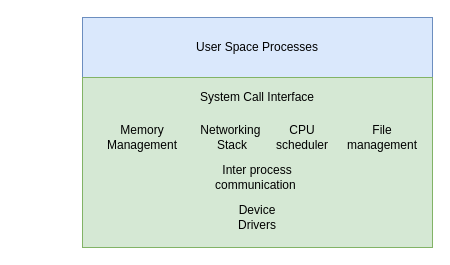
Earlier version of the draw.io diagram monolithic-structure.drawio (estraining/diagram-store). Source tidied: cells renumbered, new cells numbered last; positions are measured from the earlier drawing's top-left corner, leaving out a move shared by most shapes. Both pictures are drawn from the tidied source at 100%, with x=0, y=0 at pixel (82, 17).
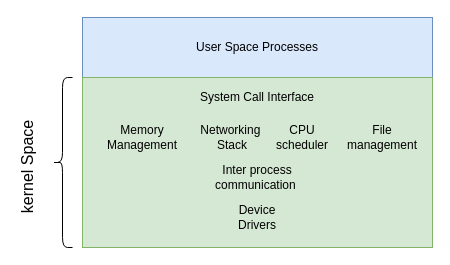
Above is the later version.

Change to the diagram source:
```diff
@@
 <mxGraphModel>
   <root>
     <mxCell id="0" />
     <mxCell id="1" parent="0" />
     <mxCell id="2" value="User Space Processes" style="rounded=0;whiteSpace=wrap;html=1;fillColor=#dae8fc;strokeColor=#6c8ebf;" parent="1" vertex="1">
       <mxGeometry width="350" height="60" as="geometry" />
     </mxCell>
     <mxCell id="3" style="rounded=0;whiteSpace=wrap;html=1;fillColor=#d5e8d4;strokeColor=#82b366;" parent="1" vertex="1">
       <mxGeometry y="60" width="350" height="170" as="geometry" />
     </mxCell>
     <mxCell id="4" value="Memory Management" style="text;html=1;strokeColor=none;fillColor=none;align=center;verticalAlign=middle;whiteSpace=wrap;rounded=0;" parent="1" vertex="1">
       <mxGeometry x="40" y="110" width="40" height="20" as="geometry" />
     </mxCell>
     <mxCell id="5" value="Device Drivers" style="text;html=1;strokeColor=none;fillColor=none;align=center;verticalAlign=middle;whiteSpace=wrap;rounded=0;" parent="1" vertex="1">
       <mxGeometry x="155" y="190" width="40" height="20" as="geometry" />
     </mxCell>
     <mxCell id="6" value="CPU scheduler&lt;br&gt;" style="text;html=1;strokeColor=none;fillColor=none;align=center;verticalAlign=middle;whiteSpace=wrap;rounded=0;" parent="1" vertex="1">
       <mxGeometry x="200" y="110" width="40" height="20" as="geometry" />
     </mxCell>
     <mxCell id="7" value="File management" style="text;html=1;strokeColor=none;fillColor=none;align=center;verticalAlign=middle;whiteSpace=wrap;rounded=0;" parent="1" vertex="1">
       <mxGeometry x="280" y="110" width="40" height="20" as="geometry" />
     </mxCell>
     <mxCell id="8" value="Networking&amp;nbsp;&lt;br&gt;Stack" style="text;html=1;strokeColor=none;fillColor=none;align=center;verticalAlign=middle;whiteSpace=wrap;rounded=0;" parent="1" vertex="1">
       <mxGeometry x="130" y="100" width="40" height="40" as="geometry" />
     </mxCell>
     <mxCell id="9" value="System Call Interface" style="text;html=1;strokeColor=none;fillColor=none;align=center;verticalAlign=middle;whiteSpace=wrap;rounded=0;" parent="1" vertex="1">
       <mxGeometry x="97" y="60" width="156" height="40" as="geometry" />
     </mxCell>
     <mxCell id="10" value="Inter process &lt;br&gt;communication&amp;nbsp;" style="text;html=1;strokeColor=none;fillColor=none;align=center;verticalAlign=middle;whiteSpace=wrap;rounded=0;" parent="1" vertex="1">
       <mxGeometry x="122" y="140" width="106" height="40" as="geometry" />
     </mxCell>
+    <mxCell id="11" style="shape=curlyBracket;whiteSpace=wrap;html=1;rounded=1;" parent="1" vertex="1">
+      <mxGeometry x="-30" y="60" width="20" height="170" as="geometry" />
+    </mxCell>
+    <mxCell id="12" value="&lt;font style=&quot;font-size: 16px&quot;&gt;kernel Space&lt;/font&gt;" style="text;html=1;align=center;verticalAlign=middle;rotation=270;" parent="1" vertex="1">
+      <mxGeometry x="-110" y="140" width="110" height="20" as="geometry" />
+    </mxCell>
   </root>
 </mxGraphModel>
```
